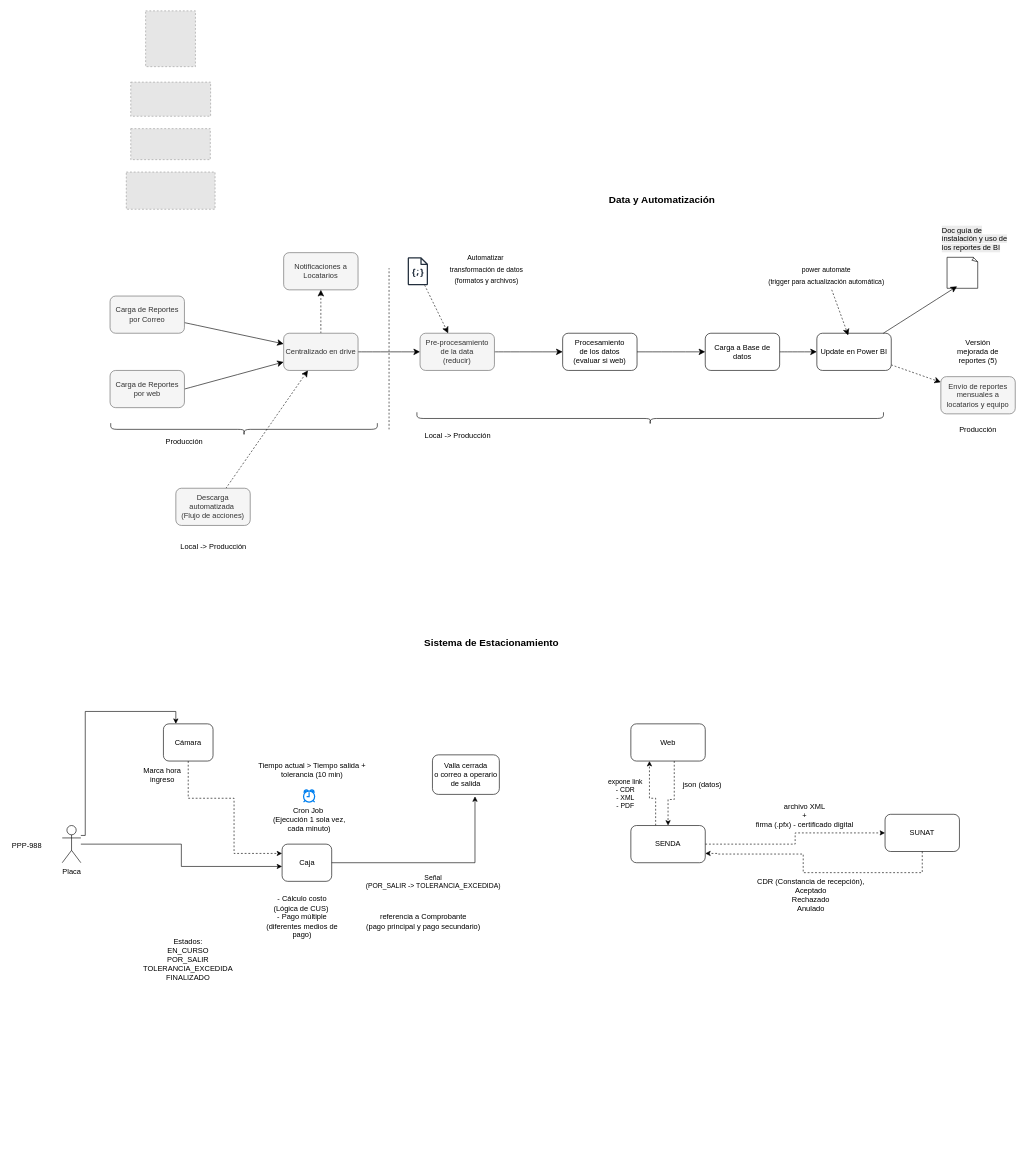
germanhyt/001_architect_projects keeps this draw.io diagram as Diagrama sin título.drawio. Above is the earlier version. Source tidied: cells renumbered, new cells numbered last; positions are measured from the earlier drawing's top-left corner, leaving out a move shared by most shapes. Both pictures are drawn from the tidied source at 62%, with x=0, y=0 at pixel (11, 11). Pictures stored in the file or linked from it are replaced by grey dashed boxes.
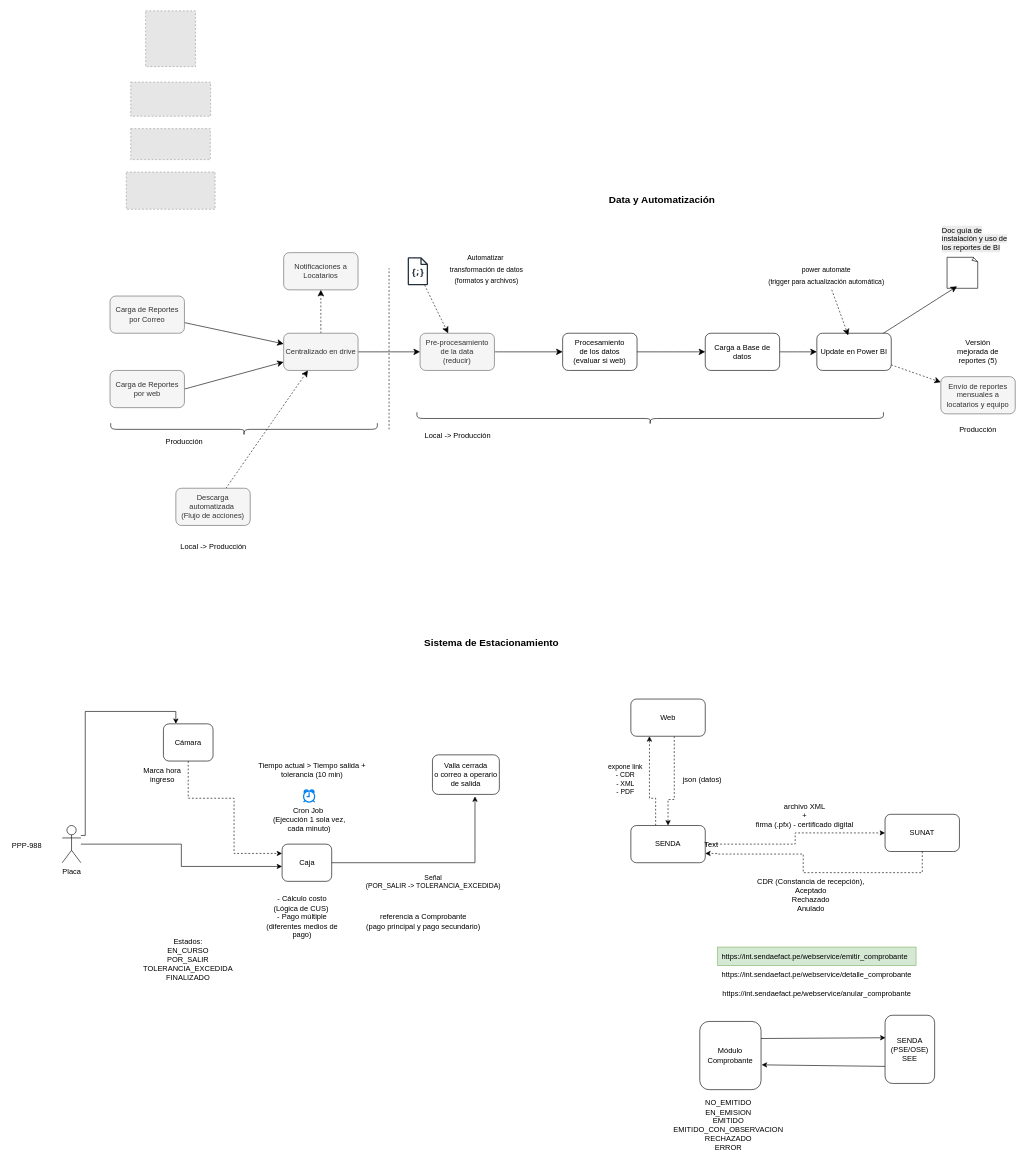
The same page after the edit.

Change to the diagram source:
```diff
@@
     <mxCell id="58" value="Web" style="rounded=1;whiteSpace=wrap;html=1;" parent="1" vertex="1">
-      <mxGeometry x="1000" y="1150" width="120" height="60" as="geometry" />
+      <mxGeometry x="1000" y="1110" width="120" height="60" as="geometry" />
     </mxCell>
@@
     <mxCell id="65" value="json (datos)" style="text;html=1;align=center;verticalAlign=middle;strokeColor=none;fillColor=none;" parent="1" vertex="1">
-      <mxGeometry x="1070" y="1233.8" width="90" height="30" as="geometry" />
+      <mxGeometry x="1070" y="1226.2" width="90" height="30" as="geometry" />
     </mxCell>
@@
+    <mxCell id="70" value="Text" style="text;html=1;align=center;verticalAlign=middle;whiteSpace=wrap;rounded=0;" parent="1" vertex="1">
+      <mxGeometry x="1100" y="1330" width="60" height="30" as="geometry" />
+    </mxCell>
+    <mxCell id="71" value="https://int.sendaefact.pe/webservice/detalle_comprobante " style="text;html=1;align=center;verticalAlign=middle;whiteSpace=wrap;rounded=0;" parent="1" vertex="1">
+      <mxGeometry x="1140" y="1540" width="320" height="30" as="geometry" />
+    </mxCell>
+    <mxCell id="72" value="https://int.sendaefact.pe/webservice/anular_comprobante   " style="text;html=1;align=center;verticalAlign=middle;whiteSpace=wrap;rounded=0;" parent="1" vertex="1">
+      <mxGeometry x="1140" y="1570" width="320" height="30" as="geometry" />
+    </mxCell>
+    <mxCell id="73" value="https://int.sendaefact.pe/webservice/emitir_comprobante&amp;nbsp;&amp;nbsp;" style="text;html=1;align=center;verticalAlign=middle;whiteSpace=wrap;rounded=0;fillColor=#d5e8d4;strokeColor=#82b366;" parent="1" vertex="1">
+      <mxGeometry x="1140" y="1510" width="320" height="30" as="geometry" />
+    </mxCell>
+    <mxCell id="74" value="SENDA&lt;div&gt;(PSE/OSE)&lt;/div&gt;&lt;div&gt;SEE&lt;/div&gt;" style="rounded=1;whiteSpace=wrap;html=1;" parent="1" vertex="1">
+      <mxGeometry x="1410" y="1620" width="80" height="110" as="geometry" />
+    </mxCell>
+    <mxCell id="75" value="Módulo Comprobante" style="rounded=1;whiteSpace=wrap;html=1;" parent="1" vertex="1">
+      <mxGeometry x="1111.2" y="1630" width="98.8" height="110" as="geometry" />
+    </mxCell>
+    <mxCell id="76" style="endArrow=classic;html=1;rounded=0;exitX=1;exitY=0.25;exitDx=0;exitDy=0;entryX=0.008;entryY=0.33;entryDx=0;entryDy=0;entryPerimeter=0;" parent="1" edge="1" source="75" target="74">
+      <mxGeometry relative="1" as="geometry" />
+    </mxCell>
+    <mxCell id="77" style="endArrow=classic;html=1;rounded=0;exitX=0;exitY=0.75;exitDx=0;exitDy=0;" parent="1" edge="1" source="74">
+      <mxGeometry relative="1" as="geometry">
+        <mxPoint x="1211" y="1700" as="targetPoint" />
+      </mxGeometry>
+    </mxCell>
+    <mxCell id="78" value="&lt;div&gt;NO_EMITIDO&lt;/div&gt;&lt;div&gt;EN_EMISION&lt;/div&gt;&lt;div&gt;&lt;span style=&quot;background-color: transparent; color: light-dark(rgb(0, 0, 0), rgb(255, 255, 255));&quot;&gt;EMITIDO&lt;/span&gt;&lt;/div&gt;&lt;div&gt;&lt;span style=&quot;background-color: transparent; color: light-dark(rgb(0, 0, 0), rgb(255, 255, 255));&quot;&gt;EMITIDO_CON_OBSERVACION&lt;/span&gt;&lt;/div&gt;&lt;div&gt;RECHAZADO&lt;/div&gt;&lt;div&gt;ERROR&lt;/div&gt;&lt;div&gt;&lt;br&gt;&lt;/div&gt;" style="text;html=1;align=center;verticalAlign=middle;whiteSpace=wrap;rounded=0;" parent="1" vertex="1">
+      <mxGeometry x="1050" y="1750" width="215" height="110" as="geometry" />
+    </mxCell>
```
